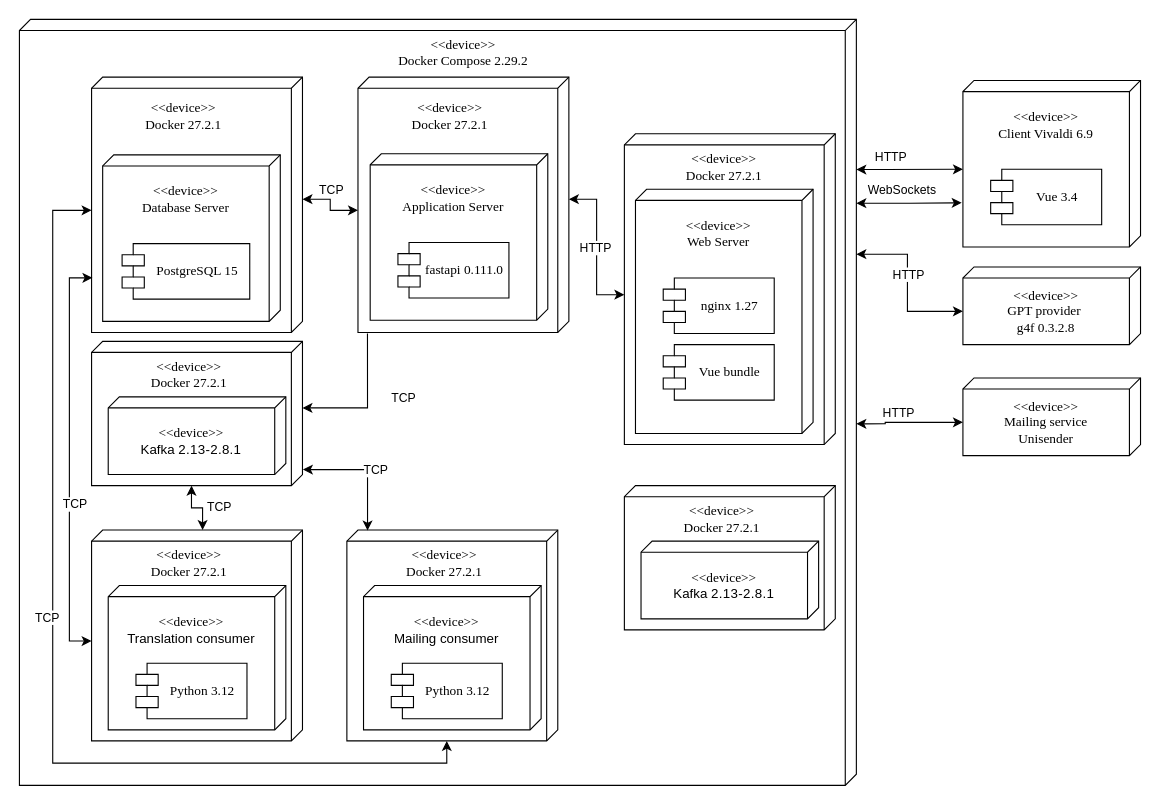
This is _curse/docs/architecture.drawio from XoJIoDuJIHuK/7-term, a draw.io file, before an edit. Source tidied: cells renumbered, new cells numbered last; positions are measured from the earlier drawing's top-left corner, leaving out a move shared by most shapes. Both pictures are drawn from the tidied source at 111%, with x=0, y=0 at pixel (19, 19).
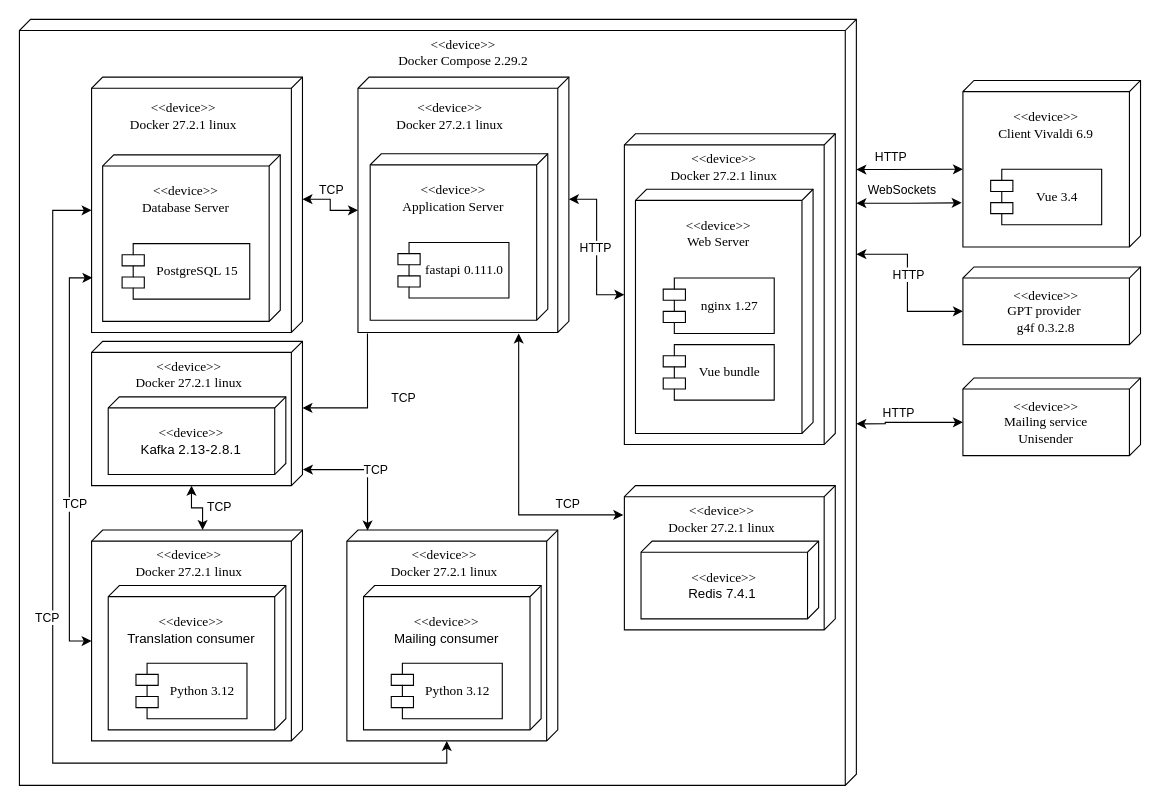
Above is the later version.

The change refers to these unchanged cells:
```xml
<mxCell id="4" style="verticalAlign=top;align=left;spacingTop=8;spacingLeft=2;spacingRight=12;shape=cube;size=10;direction=south;fontStyle=4;html=1;whiteSpace=wrap;fontFamily=Times New Roman;" parent="1" vertex="1">
  <mxGeometry x="305" y="52" width="190" height="230" as="geometry" />
</mxCell>
<mxCell id="63" style="verticalAlign=top;align=left;spacingTop=8;spacingLeft=2;spacingRight=12;shape=cube;size=10;direction=south;fontStyle=4;html=1;whiteSpace=wrap;fontFamily=Times New Roman;" parent="1" vertex="1">
  <mxGeometry x="545" y="420" width="190" height="130" as="geometry" />
</mxCell>
```

The edit, as a diff of the source:
```diff
@@
-    <mxCell id="21" value="&amp;lt;&amp;lt;device&amp;gt;&amp;gt;&lt;div&gt;Docker 27.2.1&lt;/div&gt;" style="text;html=1;align=center;verticalAlign=middle;whiteSpace=wrap;rounded=0;fontFamily=Times New Roman;" parent="1" vertex="1">
+    <mxCell id="21" value="&amp;lt;&amp;lt;device&amp;gt;&amp;gt;&lt;div&gt;Docker 27.2.1&lt;span style=&quot;background-color: initial;&quot;&gt;&amp;nbsp;&lt;/span&gt;&lt;span style=&quot;background-color: initial;&quot;&gt;linux&lt;/span&gt;&lt;/div&gt;" style="text;html=1;align=center;verticalAlign=middle;whiteSpace=wrap;rounded=0;fontFamily=Times New Roman;" parent="1" vertex="1">
       <mxGeometry x="87.5" y="67" width="120" height="40" as="geometry" />
     </mxCell>
@@
-    <mxCell id="39" value="&amp;lt;&amp;lt;device&amp;gt;&amp;gt;&lt;div&gt;Docker 27.2.1&lt;/div&gt;" style="text;html=1;align=center;verticalAlign=middle;whiteSpace=wrap;rounded=0;fontFamily=Times New Roman;" parent="1" vertex="1">
+    <mxCell id="39" value="&amp;lt;&amp;lt;device&amp;gt;&amp;gt;&lt;div&gt;Docker 27.2.1&lt;span style=&quot;background-color: initial;&quot;&gt;&amp;nbsp;&lt;/span&gt;&lt;span style=&quot;background-color: initial;&quot;&gt;linux&lt;/span&gt;&lt;/div&gt;" style="text;html=1;align=center;verticalAlign=middle;whiteSpace=wrap;rounded=0;fontFamily=Times New Roman;" parent="1" vertex="1">
       <mxGeometry x="92.5" y="300" width="120" height="40" as="geometry" />
     </mxCell>
-    <mxCell id="40" value="&amp;lt;&amp;lt;device&amp;gt;&amp;gt;&lt;div&gt;Docker 27.2.1&lt;/div&gt;" style="text;html=1;align=center;verticalAlign=middle;whiteSpace=wrap;rounded=0;fontFamily=Times New Roman;" parent="1" vertex="1">
+    <mxCell id="40" value="&amp;lt;&amp;lt;device&amp;gt;&amp;gt;&lt;div&gt;Docker 27.2.1 linux&lt;/div&gt;" style="text;html=1;align=center;verticalAlign=middle;whiteSpace=wrap;rounded=0;fontFamily=Times New Roman;" parent="1" vertex="1">
       <mxGeometry x="327.5" y="67" width="120" height="40" as="geometry" />
     </mxCell>
-    <mxCell id="41" value="&amp;lt;&amp;lt;device&amp;gt;&amp;gt;&lt;div&gt;Docker 27.2.1&lt;/div&gt;" style="text;html=1;align=center;verticalAlign=middle;whiteSpace=wrap;rounded=0;fontFamily=Times New Roman;" parent="1" vertex="1">
+    <mxCell id="41" value="&amp;lt;&amp;lt;device&amp;gt;&amp;gt;&lt;div&gt;Docker 27.2.1&lt;span style=&quot;background-color: initial;&quot;&gt;&amp;nbsp;&lt;/span&gt;&lt;span style=&quot;background-color: initial;&quot;&gt;linux&lt;/span&gt;&lt;/div&gt;" style="text;html=1;align=center;verticalAlign=middle;whiteSpace=wrap;rounded=0;fontFamily=Times New Roman;" parent="1" vertex="1">
       <mxGeometry x="575" y="113" width="120" height="40" as="geometry" />
     </mxCell>
@@
-    <mxCell id="44" value="&amp;lt;&amp;lt;device&amp;gt;&amp;gt;&lt;div&gt;Docker 27.2.1&lt;/div&gt;" style="text;html=1;align=center;verticalAlign=middle;whiteSpace=wrap;rounded=0;fontFamily=Times New Roman;" parent="1" vertex="1">
+    <mxCell id="44" value="&amp;lt;&amp;lt;device&amp;gt;&amp;gt;&lt;div&gt;Docker 27.2.1&lt;span style=&quot;background-color: initial;&quot;&gt;&amp;nbsp;&lt;/span&gt;&lt;span style=&quot;background-color: initial;&quot;&gt;linux&lt;/span&gt;&lt;/div&gt;" style="text;html=1;align=center;verticalAlign=middle;whiteSpace=wrap;rounded=0;fontFamily=Times New Roman;" parent="1" vertex="1">
       <mxGeometry x="92.5" y="470" width="120" height="40" as="geometry" />
     </mxCell>
@@
-    <mxCell id="49" value="&amp;lt;&amp;lt;device&amp;gt;&amp;gt;&lt;div&gt;Docker 27.2.1&lt;/div&gt;" style="text;html=1;align=center;verticalAlign=middle;whiteSpace=wrap;rounded=0;fontFamily=Times New Roman;" parent="1" vertex="1">
+    <mxCell id="49" value="&amp;lt;&amp;lt;device&amp;gt;&amp;gt;&lt;div&gt;Docker 27.2.1&lt;span style=&quot;background-color: initial;&quot;&gt;&amp;nbsp;&lt;/span&gt;&lt;span style=&quot;background-color: initial;&quot;&gt;linux&lt;/span&gt;&lt;/div&gt;" style="text;html=1;align=center;verticalAlign=middle;whiteSpace=wrap;rounded=0;fontFamily=Times New Roman;" parent="1" vertex="1">
       <mxGeometry x="322.5" y="470" width="120" height="40" as="geometry" />
     </mxCell>
@@
-    <mxCell id="64" value="&amp;lt;&amp;lt;device&amp;gt;&amp;gt;&lt;div&gt;Docker 27.2.1&lt;/div&gt;" style="text;html=1;align=center;verticalAlign=middle;whiteSpace=wrap;rounded=0;fontFamily=Times New Roman;" parent="1" vertex="1">
+    <mxCell id="64" value="&amp;lt;&amp;lt;device&amp;gt;&amp;gt;&lt;div&gt;Docker 27.2.1&lt;span style=&quot;background-color: initial;&quot;&gt;&amp;nbsp;&lt;/span&gt;&lt;span style=&quot;background-color: initial;&quot;&gt;linux&lt;/span&gt;&lt;/div&gt;" style="text;html=1;align=center;verticalAlign=middle;whiteSpace=wrap;rounded=0;fontFamily=Times New Roman;" parent="1" vertex="1">
       <mxGeometry x="572.5" y="430" width="120" height="40" as="geometry" />
     </mxCell>
@@
-    <mxCell id="66" value="&lt;font style=&quot;font-size: 12px;&quot; face=&quot;Times New Roman&quot;&gt;&amp;lt;&amp;lt;device&amp;gt;&amp;gt;&lt;/font&gt;&lt;div&gt;&lt;font style=&quot;font-size: 12px;&quot; face=&quot;TATKIw89jByi1dCgMb_N&quot;&gt;Kafka&amp;nbsp;&lt;span style=&quot;letter-spacing: 0.273px; text-align: start; white-space-collapse: break-spaces;&quot;&gt;2.13-2.8.1&lt;/span&gt;&lt;/font&gt;&lt;/div&gt;" style="text;html=1;align=center;verticalAlign=middle;whiteSpace=wrap;rounded=0;fontFamily=Times New Roman;" parent="1" vertex="1">
+    <mxCell id="66" value="&lt;font style=&quot;font-size: 12px;&quot; face=&quot;Times New Roman&quot;&gt;&amp;lt;&amp;lt;device&amp;gt;&amp;gt;&lt;/font&gt;&lt;div&gt;&lt;font face=&quot;TATKIw89jByi1dCgMb_N&quot;&gt;Redis 7.4.1&amp;nbsp;&lt;/font&gt;&lt;/div&gt;" style="text;html=1;align=center;verticalAlign=middle;whiteSpace=wrap;rounded=0;fontFamily=Times New Roman;" parent="1" vertex="1">
       <mxGeometry x="575" y="490" width="120" height="40" as="geometry" />
     </mxCell>
+    <mxCell id="67" style="edgeStyle=orthogonalEdgeStyle;rounded=0;jettySize=auto;html=1;exitX=0.203;exitY=1.005;exitDx=0;exitDy=0;exitPerimeter=0;entryX=1.004;entryY=0.238;entryDx=0;entryDy=0;entryPerimeter=0;startArrow=classic;startFill=1;endArrow=classic;endFill=1;" parent="1" edge="1" source="63" target="4">
+      <mxGeometry relative="1" as="geometry">
+        <Array as="points">
+          <mxPoint x="450" y="446" />
+          <mxPoint x="450" y="283" />
+        </Array>
+      </mxGeometry>
+    </mxCell>
+    <mxCell id="68" value="TCP" style="edgeLabel;html=1;align=center;verticalAlign=middle;" parent="67" vertex="1">
+      <mxGeometry x="-0.27" relative="1" as="geometry">
+        <mxPoint x="44" y="-10" as="offset" />
+      </mxGeometry>
+    </mxCell>
```
